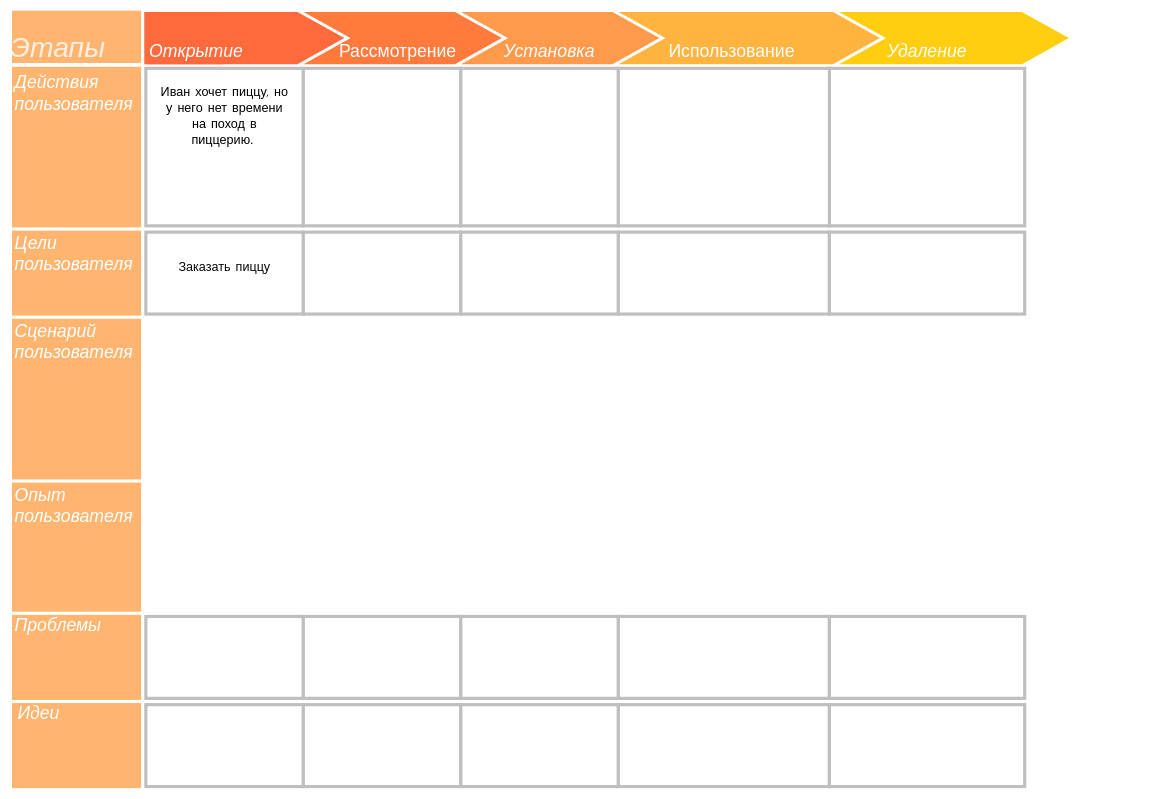
The draw.io diagram Untitled Diagram.drawio in afnear/2project, before the edit. Source tidied: cells renumbered, new cells numbered last; positions are measured from the earlier drawing's top-left corner, leaving out a move shared by most shapes. Both pictures are drawn from the tidied source at 63%, with x=0, y=0 at pixel (13, 12).
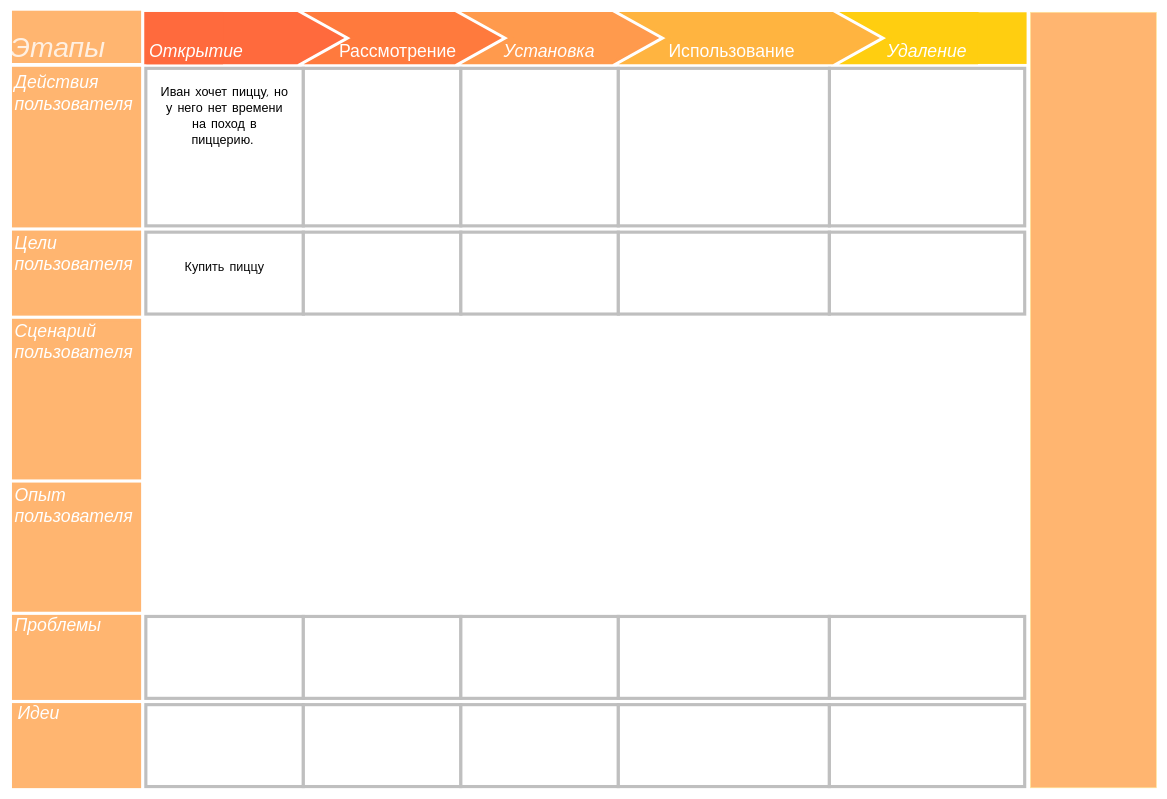
The same diagram, later.

Diff of the diagram source:
```diff
@@
     <mxCell id="9" style="shape=step;perimeter=stepPerimeter;whiteSpace=wrap;html=1;fixedSize=1;labelBackgroundColor=none;labelBorderColor=none;fontFamily=Comic Sans MS;fontSize=45;fontColor=#FFFFFF;strokeColor=#FFCE10;strokeWidth=5;fillColor=#FFCE10;size=70;" parent="1" vertex="1">
-      <mxGeometry x="1320" y="2" width="350" height="78" as="geometry" />
+      <mxGeometry x="1320" y="2" width="280" height="78" as="geometry" />
     </mxCell>
@@
-    <mxCell id="47" value="Заказать пиццу" style="text;html=1;strokeColor=none;fillColor=none;align=center;verticalAlign=middle;whiteSpace=wrap;rounded=0;labelBackgroundColor=none;labelBorderColor=none;fontFamily=Comic Sans MS;fontSize=20;fontColor=#080808;" parent="1" vertex="1">
+    <mxCell id="47" value="Купить пиццу" style="text;html=1;strokeColor=none;fillColor=none;align=center;verticalAlign=middle;whiteSpace=wrap;rounded=0;labelBackgroundColor=none;labelBorderColor=none;fontFamily=Comic Sans MS;fontSize=20;fontColor=#080808;" parent="1" vertex="1">
       <mxGeometry x="240" y="389" width="190" height="30" as="geometry" />
     </mxCell>
@@
+    <mxCell id="49" style="rounded=0;whiteSpace=wrap;html=1;fillColor=#FFCE10;strokeColor=none;" parent="1" vertex="1">
+      <mxGeometry x="1530" width="78" height="82" as="geometry" />
+    </mxCell>
+    <mxCell id="50" style="rounded=0;whiteSpace=wrap;html=1;fillColor=#FFB570;strokeColor=#FFE799;" parent="1" vertex="1">
+      <mxGeometry x="1614" width="200" height="1231" as="geometry" />
+    </mxCell>
```
